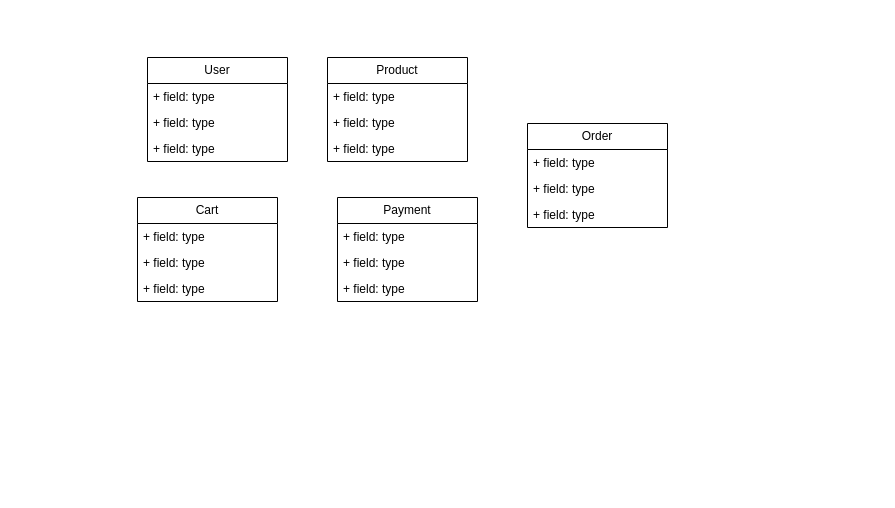
This is UML.drawio from yash-khanted/Ecommerce, a draw.io file, before an edit. Source tidied: cells renumbered, new cells numbered last; positions are measured from the earlier drawing's top-left corner, leaving out a move shared by most shapes. Both pictures are drawn from the tidied source at 100%, with x=0, y=0 at pixel (137, 57).
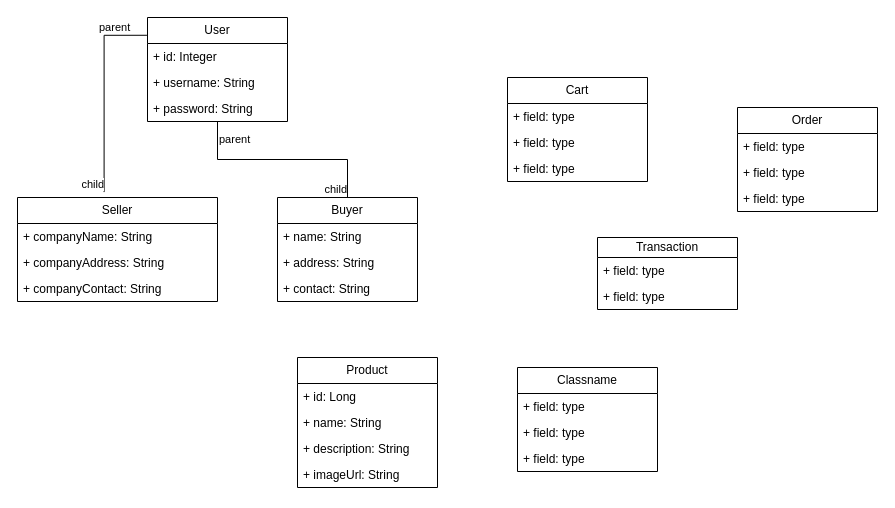
Above is the later version.

Change to the diagram source:
```diff
@@
     <mxCell id="2" value="User" style="swimlane;fontStyle=0;horizontal=1;startSize=26;fillColor=none;whiteSpace=wrap;html=1;" parent="1" vertex="1">
-      <mxGeometry x="10" width="140" height="104" as="geometry" />
+      <mxGeometry x="10" y="-40" width="140" height="104" as="geometry" />
     </mxCell>
-    <mxCell id="3" value="+ field: type" style="text;strokeColor=none;fillColor=none;align=left;verticalAlign=top;spacingLeft=4;spacingRight=4;overflow=hidden;whiteSpace=wrap;html=1;" parent="2" vertex="1">
+    <mxCell id="3" value="+ id: Integer&lt;br&gt;" style="text;strokeColor=none;fillColor=none;align=left;verticalAlign=top;spacingLeft=4;spacingRight=4;overflow=hidden;whiteSpace=wrap;html=1;" parent="2" vertex="1">
       <mxGeometry y="26" width="140" height="26" as="geometry" />
     </mxCell>
-    <mxCell id="4" value="+ field: type" style="text;strokeColor=none;fillColor=none;align=left;verticalAlign=top;spacingLeft=4;spacingRight=4;overflow=hidden;whiteSpace=wrap;html=1;" parent="2" vertex="1">
+    <mxCell id="4" value="+ username: String" style="text;strokeColor=none;fillColor=none;align=left;verticalAlign=top;spacingLeft=4;spacingRight=4;overflow=hidden;whiteSpace=wrap;html=1;" parent="2" vertex="1">
       <mxGeometry y="52" width="140" height="26" as="geometry" />
     </mxCell>
-    <mxCell id="5" value="+ field: type" style="text;strokeColor=none;fillColor=none;align=left;verticalAlign=top;spacingLeft=4;spacingRight=4;overflow=hidden;whiteSpace=wrap;html=1;" parent="2" vertex="1">
+    <mxCell id="5" value="+ password: String" style="text;strokeColor=none;fillColor=none;align=left;verticalAlign=top;spacingLeft=4;spacingRight=4;overflow=hidden;whiteSpace=wrap;html=1;" parent="2" vertex="1">
       <mxGeometry y="78" width="140" height="26" as="geometry" />
     </mxCell>
     <mxCell id="6" value="Product" style="swimlane;fontStyle=0;horizontal=1;startSize=26;fillColor=none;whiteSpace=wrap;html=1;" parent="1" vertex="1">
-      <mxGeometry x="190" width="140" height="104" as="geometry" />
+      <mxGeometry x="160" y="300" width="140" height="130" as="geometry" />
     </mxCell>
-    <mxCell id="7" value="+ field: type" style="text;strokeColor=none;fillColor=none;align=left;verticalAlign=top;spacingLeft=4;spacingRight=4;overflow=hidden;whiteSpace=wrap;html=1;" parent="6" vertex="1">
+    <mxCell id="7" value="+ id: Long" style="text;strokeColor=none;fillColor=none;align=left;verticalAlign=top;spacingLeft=4;spacingRight=4;overflow=hidden;whiteSpace=wrap;html=1;" parent="6" vertex="1">
       <mxGeometry y="26" width="140" height="26" as="geometry" />
     </mxCell>
-    <mxCell id="8" value="+ field: type" style="text;strokeColor=none;fillColor=none;align=left;verticalAlign=top;spacingLeft=4;spacingRight=4;overflow=hidden;whiteSpace=wrap;html=1;" parent="6" vertex="1">
+    <mxCell id="8" value="+ name: String" style="text;strokeColor=none;fillColor=none;align=left;verticalAlign=top;spacingLeft=4;spacingRight=4;overflow=hidden;whiteSpace=wrap;html=1;" parent="6" vertex="1">
       <mxGeometry y="52" width="140" height="26" as="geometry" />
     </mxCell>
-    <mxCell id="9" value="+ field: type" style="text;strokeColor=none;fillColor=none;align=left;verticalAlign=top;spacingLeft=4;spacingRight=4;overflow=hidden;whiteSpace=wrap;html=1;" parent="6" vertex="1">
+    <mxCell id="9" value="+ description: String" style="text;strokeColor=none;fillColor=none;align=left;verticalAlign=top;spacingLeft=4;spacingRight=4;overflow=hidden;whiteSpace=wrap;html=1;" parent="6" vertex="1">
       <mxGeometry y="78" width="140" height="26" as="geometry" />
     </mxCell>
+    <mxCell id="22" value="+ imageUrl: String" style="text;strokeColor=none;fillColor=none;align=left;verticalAlign=top;spacingLeft=4;spacingRight=4;overflow=hidden;whiteSpace=wrap;html=1;" parent="6" vertex="1">
+      <mxGeometry y="104" width="140" height="26" as="geometry" />
+    </mxCell>
     <mxCell id="10" value="Cart" style="swimlane;fontStyle=0;horizontal=1;startSize=26;fillColor=none;whiteSpace=wrap;html=1;" parent="1" vertex="1">
-      <mxGeometry y="140" width="140" height="104" as="geometry" />
+      <mxGeometry x="370" y="20" width="140" height="104" as="geometry" />
     </mxCell>
@@
-    <mxCell id="14" value="Payment" style="swimlane;fontStyle=0;horizontal=1;startSize=26;fillColor=none;whiteSpace=wrap;html=1;" parent="1" vertex="1">
-      <mxGeometry x="200" y="140" width="140" height="104" as="geometry" />
+    <mxCell id="14" value="Transaction" style="swimlane;fontStyle=0;horizontal=1;startSize=20;fillColor=none;whiteSpace=wrap;html=1;" parent="1" vertex="1">
+      <mxGeometry x="460" y="180" width="140" height="72" as="geometry" />
     </mxCell>
+    <mxCell id="17" value="+ field: type" style="text;strokeColor=none;fillColor=none;align=left;verticalAlign=top;spacingLeft=4;spacingRight=4;overflow=hidden;whiteSpace=wrap;html=1;" parent="14" vertex="1">
+      <mxGeometry y="20" width="140" height="26" as="geometry" />
+    </mxCell>
     <mxCell id="15" value="+ field: type" style="text;strokeColor=none;fillColor=none;align=left;verticalAlign=top;spacingLeft=4;spacingRight=4;overflow=hidden;whiteSpace=wrap;html=1;" parent="14" vertex="1">
-      <mxGeometry y="26" width="140" height="26" as="geometry" />
+      <mxGeometry y="46" width="140" height="26" as="geometry" />
     </mxCell>
-    <mxCell id="16" value="+ field: type" style="text;strokeColor=none;fillColor=none;align=left;verticalAlign=top;spacingLeft=4;spacingRight=4;overflow=hidden;whiteSpace=wrap;html=1;" parent="14" vertex="1">
-      <mxGeometry y="52" width="140" height="26" as="geometry" />
-    </mxCell>
-    <mxCell id="17" value="+ field: type" style="text;strokeColor=none;fillColor=none;align=left;verticalAlign=top;spacingLeft=4;spacingRight=4;overflow=hidden;whiteSpace=wrap;html=1;" parent="14" vertex="1">
-      <mxGeometry y="78" width="140" height="26" as="geometry" />
-    </mxCell>
     <mxCell id="18" value="Order" style="swimlane;fontStyle=0;horizontal=1;startSize=26;fillColor=none;whiteSpace=wrap;html=1;" parent="1" vertex="1">
-      <mxGeometry x="390" y="66" width="140" height="104" as="geometry" />
+      <mxGeometry x="600" y="50" width="140" height="104" as="geometry" />
     </mxCell>
@@
+    <mxCell id="23" value="Classname" style="swimlane;fontStyle=0;horizontal=1;startSize=26;fillColor=none;whiteSpace=wrap;html=1;" parent="1" vertex="1">
+      <mxGeometry x="380" y="310" width="140" height="104" as="geometry" />
+    </mxCell>
+    <mxCell id="24" value="+ field: type" style="text;strokeColor=none;fillColor=none;align=left;verticalAlign=top;spacingLeft=4;spacingRight=4;overflow=hidden;whiteSpace=wrap;html=1;" parent="23" vertex="1">
+      <mxGeometry y="26" width="140" height="26" as="geometry" />
+    </mxCell>
+    <mxCell id="16" value="+ field: type" style="text;strokeColor=none;fillColor=none;align=left;verticalAlign=top;spacingLeft=4;spacingRight=4;overflow=hidden;whiteSpace=wrap;html=1;" parent="23" vertex="1">
+      <mxGeometry y="52" width="140" height="26" as="geometry" />
+    </mxCell>
+    <mxCell id="25" value="+ field: type" style="text;strokeColor=none;fillColor=none;align=left;verticalAlign=top;spacingLeft=4;spacingRight=4;overflow=hidden;whiteSpace=wrap;html=1;" parent="23" vertex="1">
+      <mxGeometry y="78" width="140" height="26" as="geometry" />
+    </mxCell>
+    <mxCell id="26" value="Seller" style="swimlane;fontStyle=0;horizontal=1;startSize=26;fillColor=none;whiteSpace=wrap;html=1;" parent="1" vertex="1">
+      <mxGeometry x="-120" y="140" width="200" height="104" as="geometry" />
+    </mxCell>
+    <mxCell id="27" value="+ companyName: String&lt;br&gt;&lt;br&gt;&lt;span style=&quot;white-space: pre;&quot;&gt;&#9;&lt;/span&gt;" style="text;strokeColor=none;fillColor=none;align=left;verticalAlign=top;spacingLeft=4;spacingRight=4;overflow=hidden;whiteSpace=wrap;html=1;" parent="26" vertex="1">
+      <mxGeometry y="26" width="200" height="26" as="geometry" />
+    </mxCell>
+    <mxCell id="28" value="+ companyAddress: String" style="text;strokeColor=none;fillColor=none;align=left;verticalAlign=top;spacingLeft=4;spacingRight=4;overflow=hidden;whiteSpace=wrap;html=1;" parent="26" vertex="1">
+      <mxGeometry y="52" width="200" height="26" as="geometry" />
+    </mxCell>
+    <mxCell id="29" value="+ companyContact: String" style="text;strokeColor=none;fillColor=none;align=left;verticalAlign=top;spacingLeft=4;spacingRight=4;overflow=hidden;whiteSpace=wrap;html=1;" parent="26" vertex="1">
+      <mxGeometry y="78" width="200" height="26" as="geometry" />
+    </mxCell>
+    <mxCell id="30" value="Buyer" style="swimlane;fontStyle=0;horizontal=1;startSize=26;fillColor=none;whiteSpace=wrap;html=1;" parent="1" vertex="1">
+      <mxGeometry x="140" y="140" width="140" height="104" as="geometry" />
+    </mxCell>
+    <mxCell id="31" value="+ name: String" style="text;strokeColor=none;fillColor=none;align=left;verticalAlign=top;spacingLeft=4;spacingRight=4;overflow=hidden;whiteSpace=wrap;html=1;" parent="30" vertex="1">
+      <mxGeometry y="26" width="140" height="26" as="geometry" />
+    </mxCell>
+    <mxCell id="32" value="+ address: String" style="text;strokeColor=none;fillColor=none;align=left;verticalAlign=top;spacingLeft=4;spacingRight=4;overflow=hidden;whiteSpace=wrap;html=1;" parent="30" vertex="1">
+      <mxGeometry y="52" width="140" height="26" as="geometry" />
+    </mxCell>
+    <mxCell id="33" value="+ contact: String" style="text;strokeColor=none;fillColor=none;align=left;verticalAlign=top;spacingLeft=4;spacingRight=4;overflow=hidden;whiteSpace=wrap;html=1;" parent="30" vertex="1">
+      <mxGeometry y="78" width="140" height="26" as="geometry" />
+    </mxCell>
+    <mxCell id="34" style="endArrow=none;html=1;edgeStyle=orthogonalEdgeStyle;rounded=0;entryX=0.5;entryY=0;entryDx=0;entryDy=0;" parent="1" edge="1" source="2" target="30">
+      <mxGeometry relative="1" as="geometry" />
+    </mxCell>
+    <mxCell id="35" value="parent" style="edgeLabel;html=1;align=left;verticalAlign=bottom;" parent="34" vertex="1">
+      <mxGeometry x="-1" relative="1" as="geometry">
+        <mxPoint y="26" as="offset" />
+      </mxGeometry>
+    </mxCell>
+    <mxCell id="36" value="child" style="edgeLabel;html=1;align=right;verticalAlign=bottom;" parent="34" vertex="1">
+      <mxGeometry x="1" relative="1" as="geometry" />
+    </mxCell>
+    <mxCell id="37" style="endArrow=none;html=1;edgeStyle=orthogonalEdgeStyle;rounded=0;exitX=-0.004;exitY=0.171;exitDx=0;exitDy=0;exitPerimeter=0;entryX=0.433;entryY=-0.052;entryDx=0;entryDy=0;entryPerimeter=0;" parent="1" edge="1" source="2" target="26">
+      <mxGeometry relative="1" as="geometry" />
+    </mxCell>
+    <mxCell id="38" value="parent" style="edgeLabel;html=1;align=left;verticalAlign=bottom;" parent="37" vertex="1">
+      <mxGeometry x="-1" relative="1" as="geometry">
+        <mxPoint x="-49" as="offset" />
+      </mxGeometry>
+    </mxCell>
+    <mxCell id="39" value="child" style="edgeLabel;html=1;align=right;verticalAlign=bottom;" parent="37" vertex="1">
+      <mxGeometry x="1" relative="1" as="geometry" />
+    </mxCell>
```
